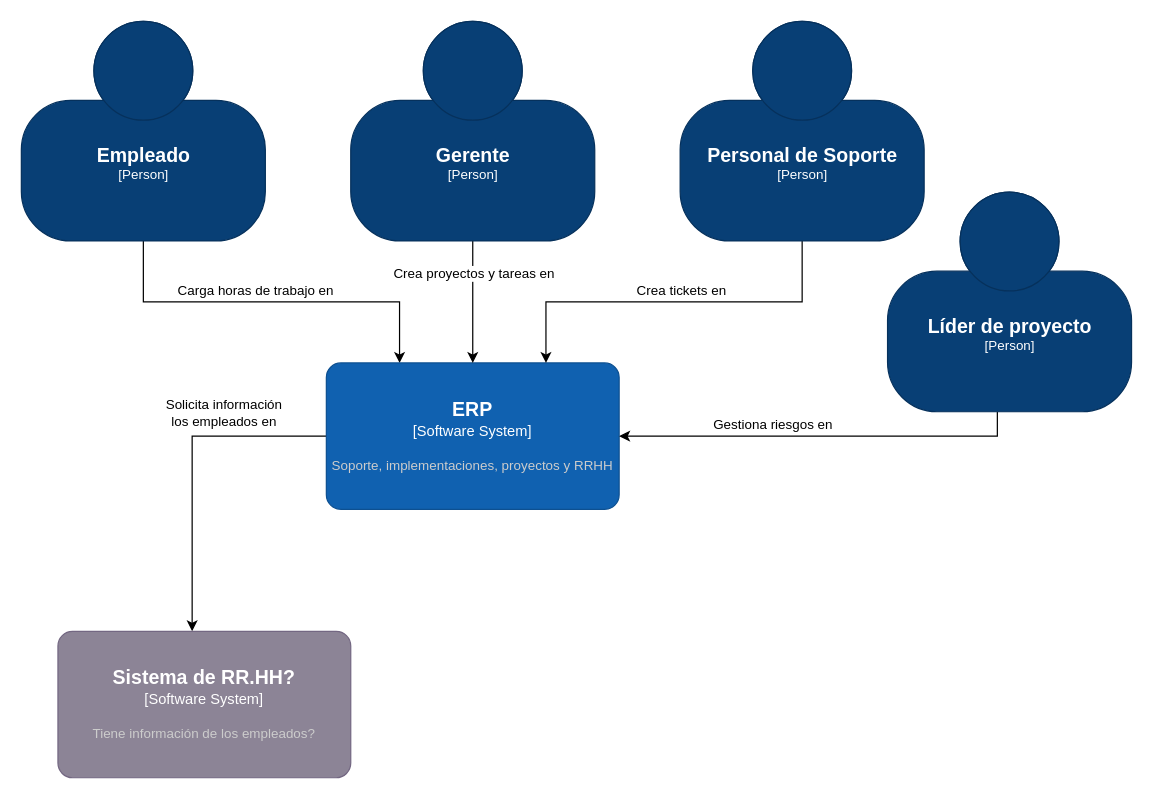
Above: page "Nivel 1" (1 of 3) of AnInfo Tribu 1/Diagramas/C4 y Modelo de Dominio Tribu 1.drawio in NicolasEzequielZulaicaRivera/FIUBS_ANINFO (draw.io), before the change. Source tidied: cells renumbered, new cells numbered last; positions are measured from the earlier drawing's top-left corner, leaving out a move shared by most shapes. Both pictures are drawn from the tidied source at 122%, with x=0, y=0 at pixel (21, 21).
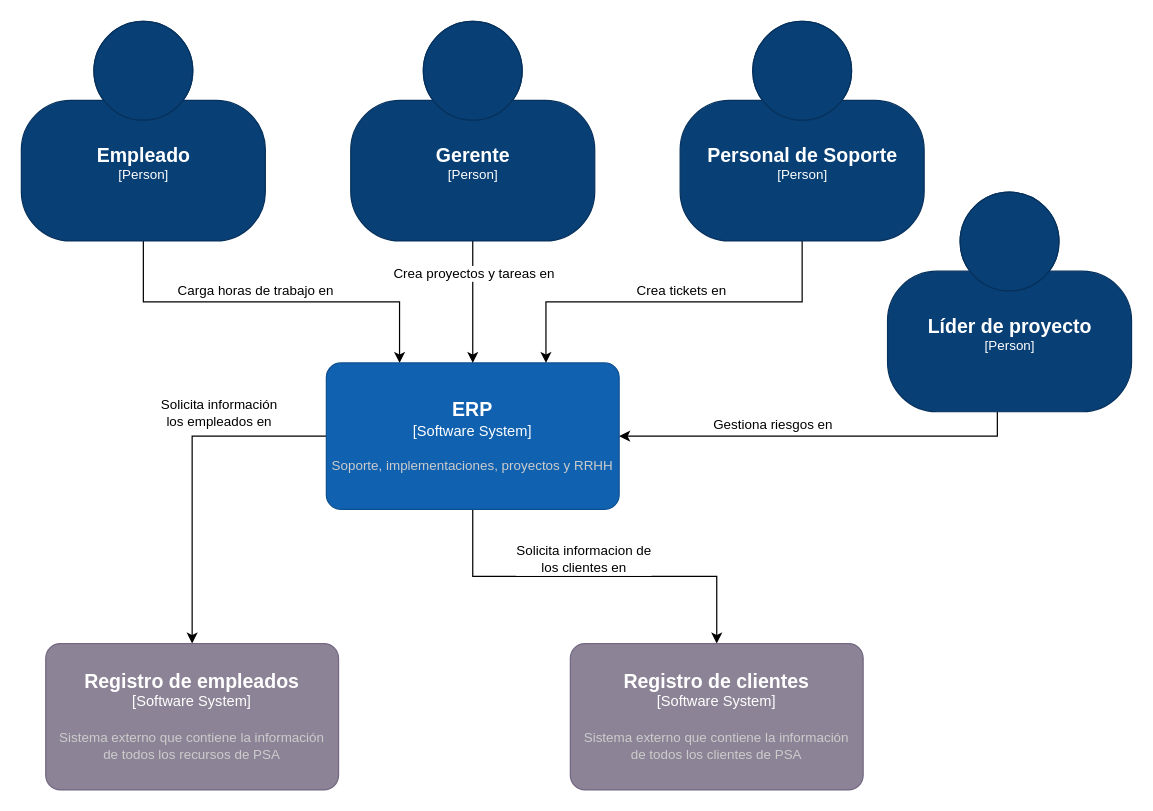
The same diagram, later.

Unchanged cells that the change refers to:
```xml
<object id="7" label="&lt;font style=&quot;font-size: 16px&quot;&gt;&lt;b&gt;%c4Name%&lt;/b&gt;&lt;/font&gt;&lt;div&gt;[%c4Type%]&lt;/div&gt;&lt;br&gt;&lt;div&gt;&lt;font style=&quot;font-size: 11px&quot;&gt;&lt;font color=&quot;#cccccc&quot;&gt;%c4Description%&lt;/font&gt;&lt;/div&gt;" c4Description="Soporte, implementaciones, proyectos y RRHH" c4Name="ERP " c4Type="Software System" placeholders="1">
  <mxCell style="rounded=1;whiteSpace=wrap;html=1;labelBackgroundColor=none;fillColor=#1061B0;fontColor=#ffffff;align=center;arcSize=10;strokeColor=#0D5091;points=[[0.25,0,0],[0.5,0,0],[0.75,0,0],[1,0.25,0],[1,0.5,0],[1,0.75,0],[0.75,1,0],[0.5,1,0],[0.25,1,0],[0,0.75,0],[0,0.5,0],[0,0.25,0]];" parent="1" vertex="1">
    <mxGeometry x="250" y="280" width="240" height="120" as="geometry" />
  </mxCell>
</object>
```

The edit, as a diff of the source:
```diff
@@
-    <mxCell id="5" style="edgeStyle=orthogonalEdgeStyle;rounded=0;jettySize=auto;html=1;" parent="1" edge="1" source="7" target="14">
+    <mxCell id="5" style="edgeStyle=orthogonalEdgeStyle;rounded=0;jettySize=auto;html=1;entryX=0.5;entryY=0;entryDx=0;entryDy=0;entryPerimeter=0;" parent="1" edge="1" source="7" target="19">
       <mxGeometry relative="1" as="geometry">
         <Array as="points">
           <mxPoint x="140" y="340" />
         </Array>
       </mxGeometry>
     </mxCell>
@@
+    <mxCell id="18" style="edgeStyle=orthogonalEdgeStyle;rounded=0;jettySize=auto;html=1;" parent="1" edge="1" source="7" target="20">
+      <mxGeometry relative="1" as="geometry" />
+    </mxCell>
@@
-    <object id="14" label="&lt;font style=&quot;font-size: 16px&quot;&gt;&lt;b&gt;%c4Name%&lt;/b&gt;&lt;/font&gt;&lt;div&gt;[%c4Type%]&lt;/div&gt;&lt;br&gt;&lt;div&gt;&lt;font style=&quot;font-size: 11px&quot;&gt;&lt;font color=&quot;#cccccc&quot;&gt;%c4Description%&lt;/font&gt;&lt;/div&gt;" c4Description="Tiene información de los empleados?" c4Name="Sistema de RR.HH?" c4Type="Software System" placeholders="1">
-      <mxCell style="rounded=1;whiteSpace=wrap;html=1;labelBackgroundColor=none;fillColor=#8C8496;fontColor=#ffffff;align=center;arcSize=10;strokeColor=#736782;points=[[0.25,0,0],[0.5,0,0],[0.75,0,0],[1,0.25,0],[1,0.5,0],[1,0.75,0],[0.75,1,0],[0.5,1,0],[0.25,1,0],[0,0.75,0],[0,0.5,0],[0,0.25,0]];" parent="1" vertex="1">
-        <mxGeometry x="30" y="500" width="240" height="120" as="geometry" />
-      </mxCell>
-    </object>
@@
+    <object id="19" label="&lt;font style=&quot;font-size: 16px&quot;&gt;&lt;b&gt;%c4Name%&lt;/b&gt;&lt;/font&gt;&lt;div&gt;[%c4Type%]&lt;/div&gt;&lt;br&gt;&lt;div&gt;&lt;font style=&quot;font-size: 11px&quot;&gt;&lt;font color=&quot;#cccccc&quot;&gt;%c4Description%&lt;/font&gt;&lt;/div&gt;" c4Description="Sistema externo que contiene la información&#10;de todos los recursos de PSA" c4Name="Registro de empleados" c4Type="Software System" placeholders="1">
+      <mxCell style="rounded=1;whiteSpace=wrap;html=1;labelBackgroundColor=none;fillColor=#8C8496;fontColor=#ffffff;align=center;arcSize=10;strokeColor=#736782;points=[[0.25,0,0],[0.5,0,0],[0.75,0,0],[1,0.25,0],[1,0.5,0],[1,0.75,0],[0.75,1,0],[0.5,1,0],[0.25,1,0],[0,0.75,0],[0,0.5,0],[0,0.25,0]];" parent="1" vertex="1">
+        <mxGeometry x="20" y="510" width="240" height="120" as="geometry" />
+      </mxCell>
+    </object>
+    <object id="20" label="&lt;font style=&quot;font-size: 16px&quot;&gt;&lt;b&gt;%c4Name%&lt;/b&gt;&lt;/font&gt;&lt;div&gt;[%c4Type%]&lt;/div&gt;&lt;br&gt;&lt;div&gt;&lt;font style=&quot;font-size: 11px&quot;&gt;&lt;font color=&quot;#cccccc&quot;&gt;%c4Description%&lt;/font&gt;&lt;/div&gt;" c4Description="Sistema externo que contiene la información&#10;de todos los clientes de PSA" c4Name="Registro de clientes" c4Type="Software System" placeholders="1">
+      <mxCell style="rounded=1;whiteSpace=wrap;html=1;labelBackgroundColor=none;fillColor=#8C8496;fontColor=#ffffff;align=center;arcSize=10;strokeColor=#736782;points=[[0.25,0,0],[0.5,0,0],[0.75,0,0],[1,0.25,0],[1,0.5,0],[1,0.75,0],[0.75,1,0],[0.5,1,0],[0.25,1,0],[0,0.75,0],[0,0.5,0],[0,0.25,0]];" parent="1" vertex="1">
+        <mxGeometry x="450" y="510" width="240" height="120" as="geometry" />
+      </mxCell>
+    </object>
+    <mxCell id="21" value="Solicita informacion de&lt;br&gt;los clientes en" style="edgeLabel;html=1;align=center;verticalAlign=middle;" parent="1" vertex="1">
+      <mxGeometry x="460" y="440" as="geometry" />
+    </mxCell>
```
